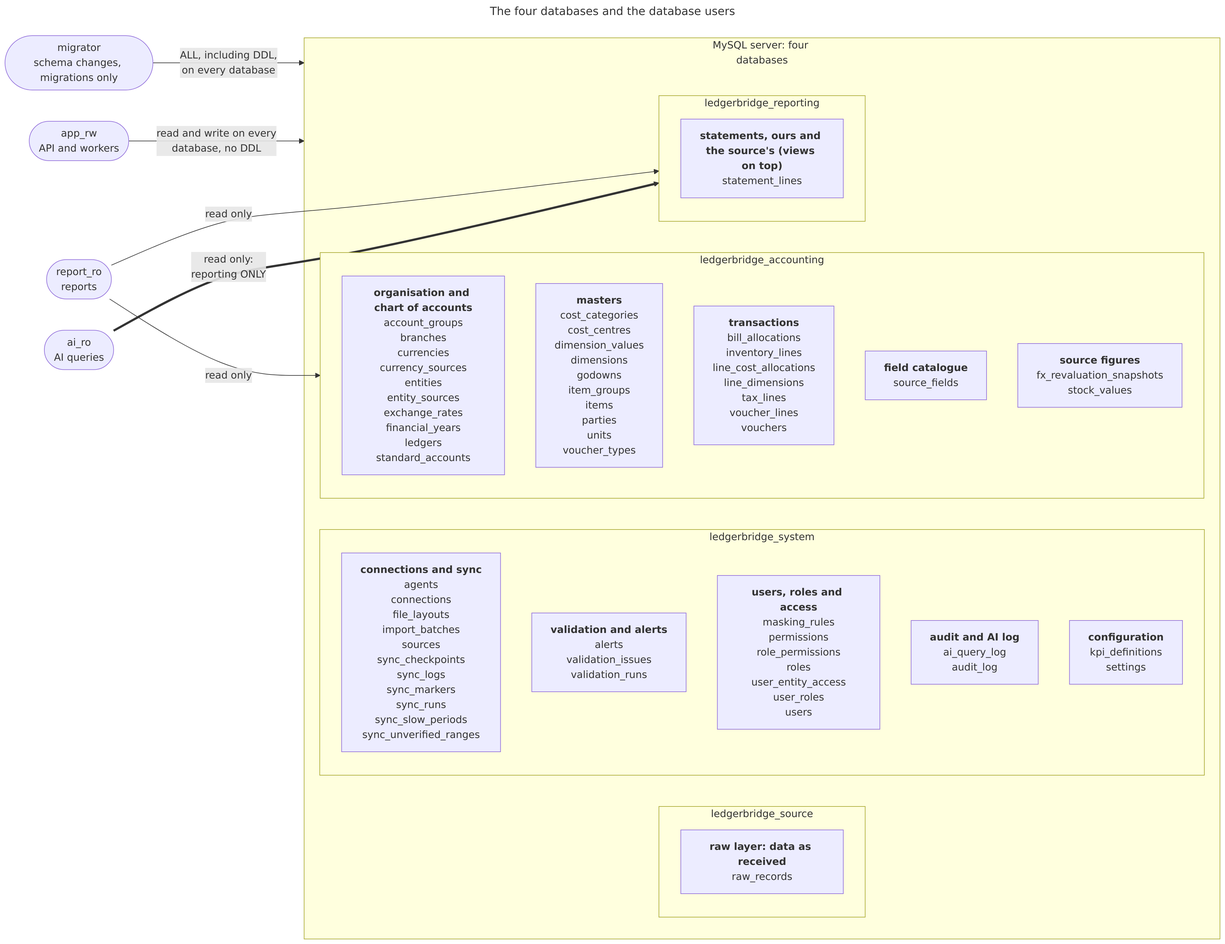
empirical-logic-2026/ledgerbridge keeps this Mermaid diagram as docs/diagrams/schema-databases.png. Above is the earlier version. Its source is kept beside it as docs/diagrams/schema-databases.mmd.
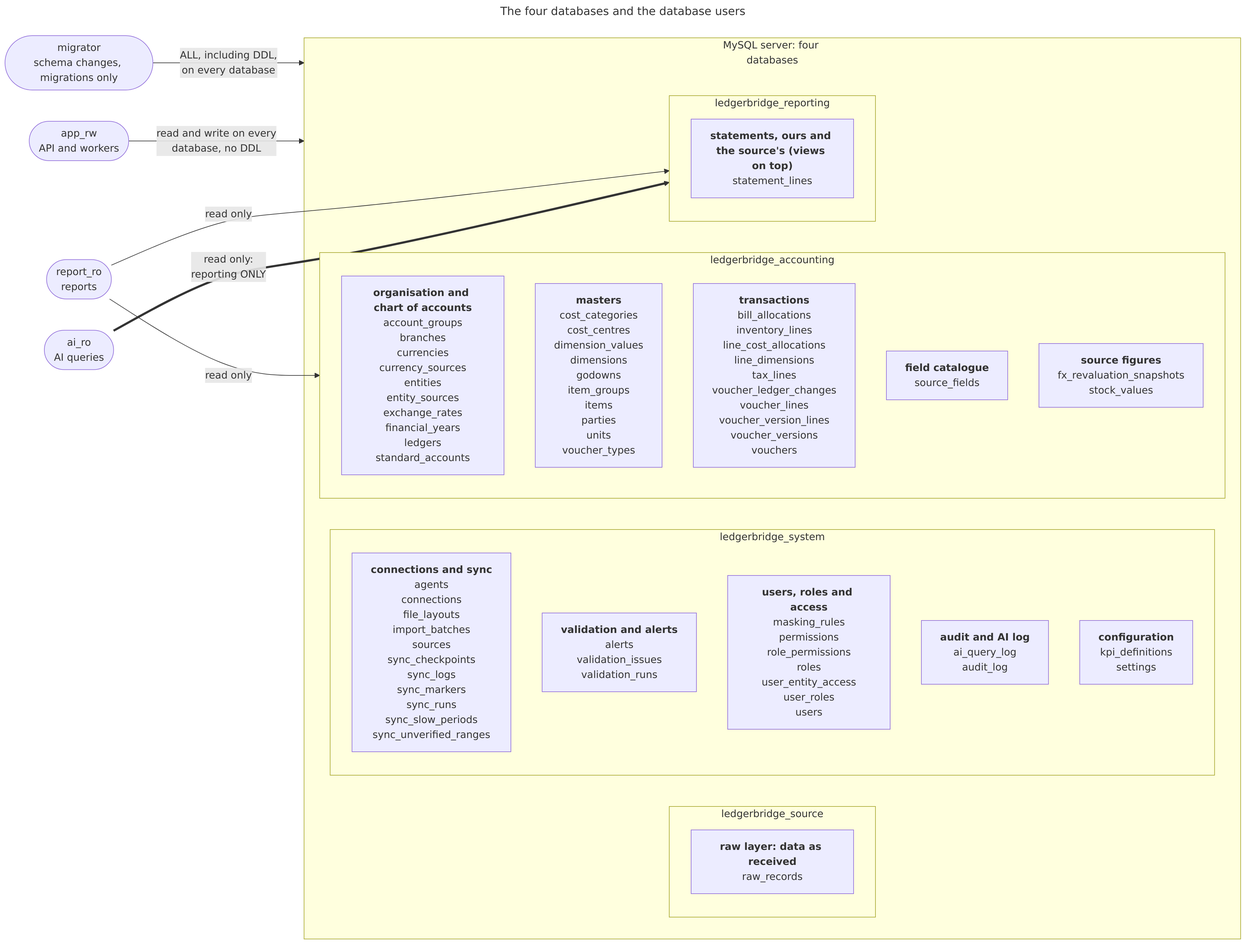
Above is the later version.

Change to the diagram source:
```diff
@@ -21,7 +21,7 @@
     subgraph ledgerbridge_accounting["ledgerbridge_accounting"]
         ledgerbridge_accounting_1["<b>organisation and chart of accounts</b><br/>account_groups<br/>branches<br/>currencies<br/>currency_sources<br/>entities<br/>entity_sources<br/>exchange_rates<br/>financial_years<br/>ledgers<br/>standard_accounts"]
         ledgerbridge_accounting_2["<b>masters</b><br/>cost_categories<br/>cost_centres<br/>dimension_values<br/>dimensions<br/>godowns<br/>item_groups<br/>items<br/>parties<br/>units<br/>voucher_types"]
-        ledgerbridge_accounting_3["<b>transactions</b><br/>bill_allocations<br/>inventory_lines<br/>line_cost_allocations<br/>line_dimensions<br/>tax_lines<br/>voucher_lines<br/>vouchers"]
+        ledgerbridge_accounting_3["<b>transactions</b><br/>bill_allocations<br/>inventory_lines<br/>line_cost_allocations<br/>line_dimensions<br/>tax_lines<br/>voucher_ledger_changes<br/>voucher_lines<br/>voucher_version_lines<br/>voucher_versions<br/>vouchers"]
         ledgerbridge_accounting_4["<b>field catalogue</b><br/>source_fields"]
         ledgerbridge_accounting_5["<b>source figures</b><br/>fx_revaluation_snapshots<br/>stock_values"]
     end
```
